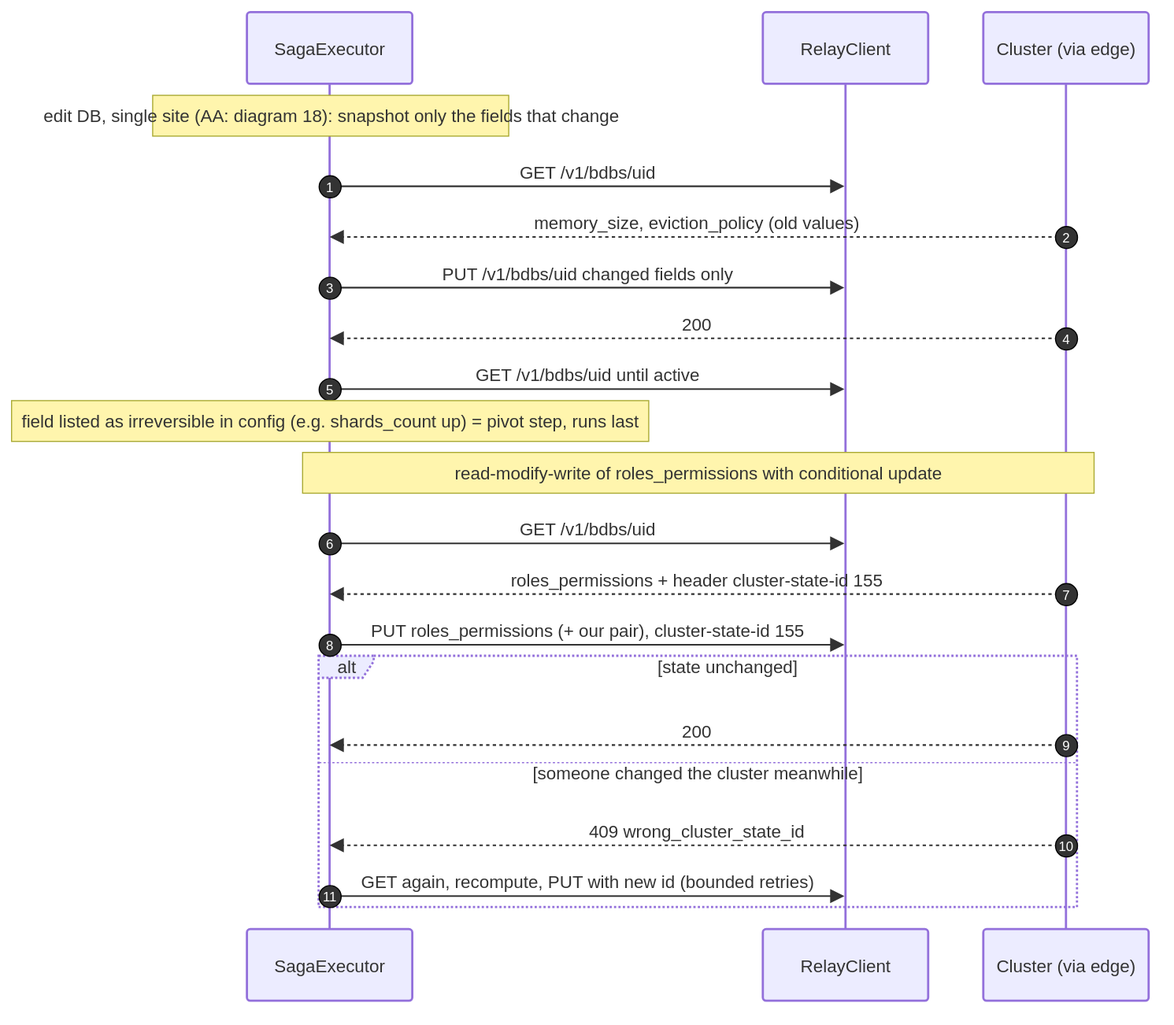
Before: docs/dr/diagrams/09-seq-edit-db.drawio.svg, a diagram exported from draw.io (EliShteinman/redis-enterprise-services). Source tidied: cells renumbered, new cells last; positions are measured from the earlier drawing's top-left corner, leaving out a move shared by most shapes.
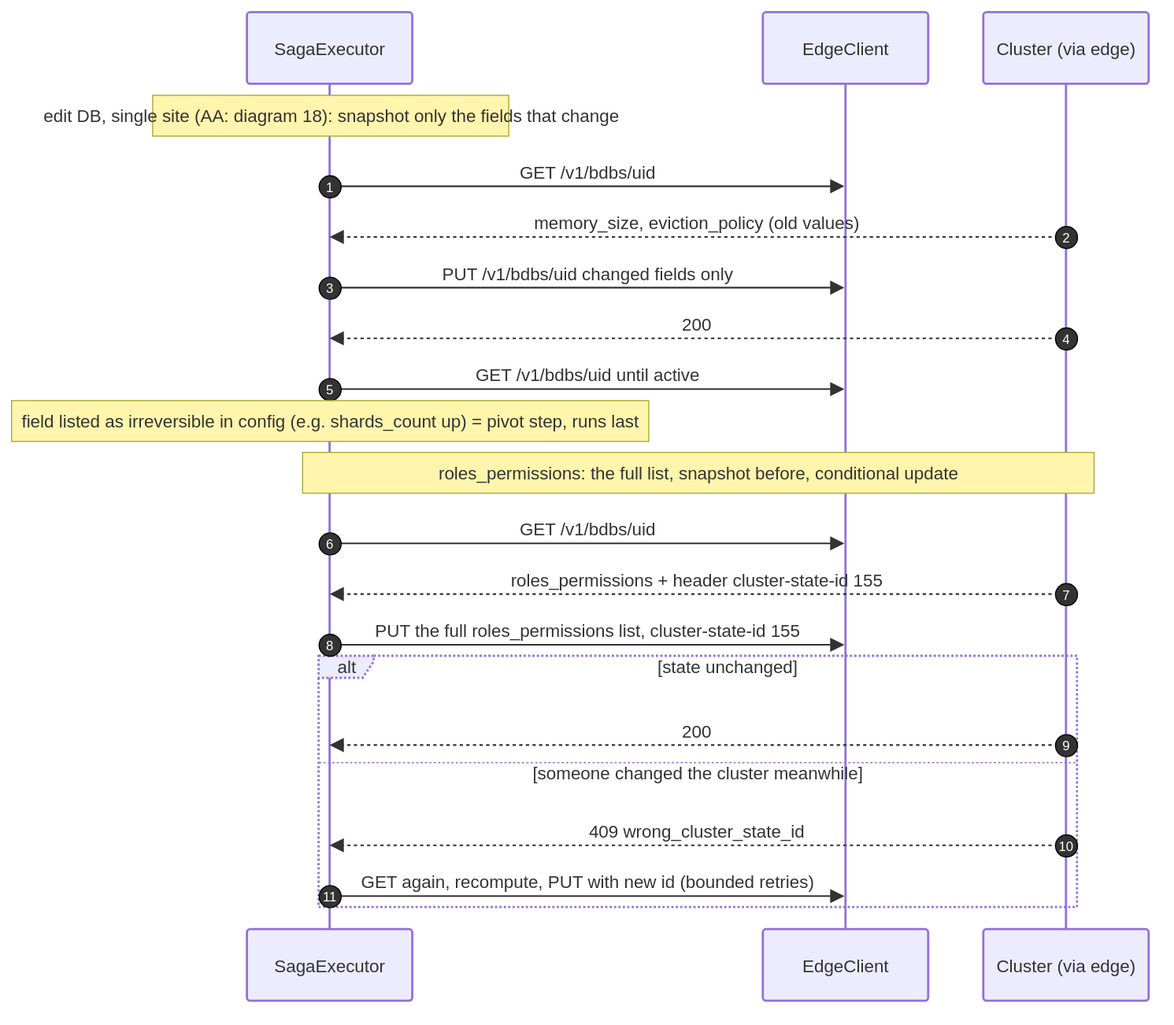
After the change.

Diff of the diagram source:
```diff
@@ -5,7 +5,7 @@
     <mxCell id="2" value="SagaExecutor" style="html=1;shape=umlLifeline;perimeter=lifelinePerimeter;whiteSpace=wrap;outlineConnect=0;portConstraint=eastwest;newEdgeStyle={&quot;edgeStyle&quot;:&quot;sequenceEdgeStyle&quot;,&quot;libavoidRouting&quot;:0,&quot;curved&quot;:0,&quot;rounded&quot;:0};lifelineDashed=0;strokeWidth=2;rounded=1;absoluteArcSize=1;arcSize=6;lifelineColor=light-dark(#9370DB,#cccccc);size=65;lifelineMirror=1;fillColor=light-dark(#ECECFF,#1f2020);strokeColor=light-dark(#9370DB,#cccccc);fontColor=light-dark(#333333,#cccccc);fontFamily=Trebuchet MS,Verdana,Arial,sans-serif;fontSize=16;" parent="1" vertex="1">
       <mxGeometry x="214" width="150" height="897" as="geometry" />
     </mxCell>
-    <mxCell id="3" value="RelayClient" style="html=1;shape=umlLifeline;perimeter=lifelinePerimeter;whiteSpace=wrap;outlineConnect=0;portConstraint=eastwest;newEdgeStyle={&quot;edgeStyle&quot;:&quot;sequenceEdgeStyle&quot;,&quot;libavoidRouting&quot;:0,&quot;curved&quot;:0,&quot;rounded&quot;:0};lifelineDashed=0;strokeWidth=2;rounded=1;absoluteArcSize=1;arcSize=6;lifelineColor=light-dark(#9370DB,#cccccc);size=65;lifelineMirror=1;fillColor=light-dark(#ECECFF,#1f2020);strokeColor=light-dark(#9370DB,#cccccc);fontColor=light-dark(#333333,#cccccc);fontFamily=Trebuchet MS,Verdana,Arial,sans-serif;fontSize=16;" parent="1" vertex="1">
+    <mxCell id="3" value="EdgeClient" style="html=1;shape=umlLifeline;perimeter=lifelinePerimeter;whiteSpace=wrap;outlineConnect=0;portConstraint=eastwest;newEdgeStyle={&quot;edgeStyle&quot;:&quot;sequenceEdgeStyle&quot;,&quot;libavoidRouting&quot;:0,&quot;curved&quot;:0,&quot;rounded&quot;:0};lifelineDashed=0;strokeWidth=2;rounded=1;absoluteArcSize=1;arcSize=6;lifelineColor=light-dark(#9370DB,#cccccc);size=65;lifelineMirror=1;fillColor=light-dark(#ECECFF,#1f2020);strokeColor=light-dark(#9370DB,#cccccc);fontColor=light-dark(#333333,#cccccc);fontFamily=Trebuchet MS,Verdana,Arial,sans-serif;fontSize=16;" parent="1" vertex="1">
       <mxGeometry x="682" width="150" height="897" as="geometry" />
     </mxCell>
     <mxCell id="4" value="Cluster (via edge)" style="html=1;shape=umlLifeline;perimeter=lifelinePerimeter;whiteSpace=wrap;outlineConnect=0;portConstraint=eastwest;newEdgeStyle={&quot;edgeStyle&quot;:&quot;sequenceEdgeStyle&quot;,&quot;libavoidRouting&quot;:0,&quot;curved&quot;:0,&quot;rounded&quot;:0};lifelineDashed=0;strokeWidth=2;rounded=1;absoluteArcSize=1;arcSize=6;lifelineColor=light-dark(#9370DB,#cccccc);size=65;lifelineMirror=1;fillColor=light-dark(#ECECFF,#1f2020);strokeColor=light-dark(#9370DB,#cccccc);fontColor=light-dark(#333333,#cccccc);fontFamily=Trebuchet MS,Verdana,Arial,sans-serif;fontSize=16;" parent="1" vertex="1">
@@ -93,7 +93,7 @@
     <mxCell id="22" value="7" style="ellipse;fillColor=light-dark(#333333,#cccccc);align=center;verticalAlign=middle;fontColor=light-dark(#FFFFFF,#333333);fontSize=12;" parent="1" vertex="1">
       <mxGeometry x="947" y="518" width="20" height="20" as="geometry" />
     </mxCell>
-    <mxCell id="23" value="PUT roles_permissions (+ our pair), cluster-state-id 155" style="endArrow=block;endSize=9;verticalAlign=bottom;spacingBottom=2;edgeStyle=sequenceEdgeStyle;libavoidRouting=0;curved=0;rounded=0;fontSize=16;labelBackgroundColor=none;strokeWidth=1.5;strokeColor=light-dark(#333333,#cccccc);fontColor=light-dark(#333333,#cccccc);fontFamily=Trebuchet MS,Verdana,Arial,sans-serif;" parent="1" edge="1" source="2" target="3">
+    <mxCell id="23" value="PUT the full roles_permissions list, cluster-state-id 155" style="endArrow=block;endSize=9;verticalAlign=bottom;spacingBottom=2;edgeStyle=sequenceEdgeStyle;libavoidRouting=0;curved=0;rounded=0;fontSize=16;labelBackgroundColor=none;strokeWidth=1.5;strokeColor=light-dark(#333333,#cccccc);fontColor=light-dark(#333333,#cccccc);fontFamily=Trebuchet MS,Verdana,Arial,sans-serif;" parent="1" edge="1" source="2" target="3">
       <mxGeometry relative="1" as="geometry">
         <Array as="points">
           <mxPoint x="523" y="574" />
@@ -139,7 +139,7 @@
     <mxCell id="32" value="field listed as irreversible in config (e.g. shards_count up) = pivot step, runs last" style="html=1;fillColor=light-dark(#fff5ad,#2a2a2a);strokeColor=light-dark(#aaaa33,#cccccc);fontColor=light-dark(#333333,#cccccc);fontFamily=Trebuchet MS,Verdana,Arial,sans-serif;fontSize=16;" parent="1" vertex="1">
       <mxGeometry y="352" width="578" height="37" as="geometry" />
     </mxCell>
-    <mxCell id="33" value="read-modify-write of roles_permissions with conditional update" style="html=1;fillColor=light-dark(#fff5ad,#2a2a2a);strokeColor=light-dark(#aaaa33,#cccccc);fontColor=light-dark(#333333,#cccccc);fontFamily=Trebuchet MS,Verdana,Arial,sans-serif;fontSize=16;" parent="1" vertex="1">
+    <mxCell id="33" value="roles_permissions: the full list, snapshot before, conditional update" style="html=1;fillColor=light-dark(#fff5ad,#2a2a2a);strokeColor=light-dark(#aaaa33,#cccccc);fontColor=light-dark(#333333,#cccccc);fontFamily=Trebuchet MS,Verdana,Arial,sans-serif;fontSize=16;" parent="1" vertex="1">
       <mxGeometry x="264" y="399" width="718" height="37" as="geometry" />
     </mxCell>
   </root>
```
